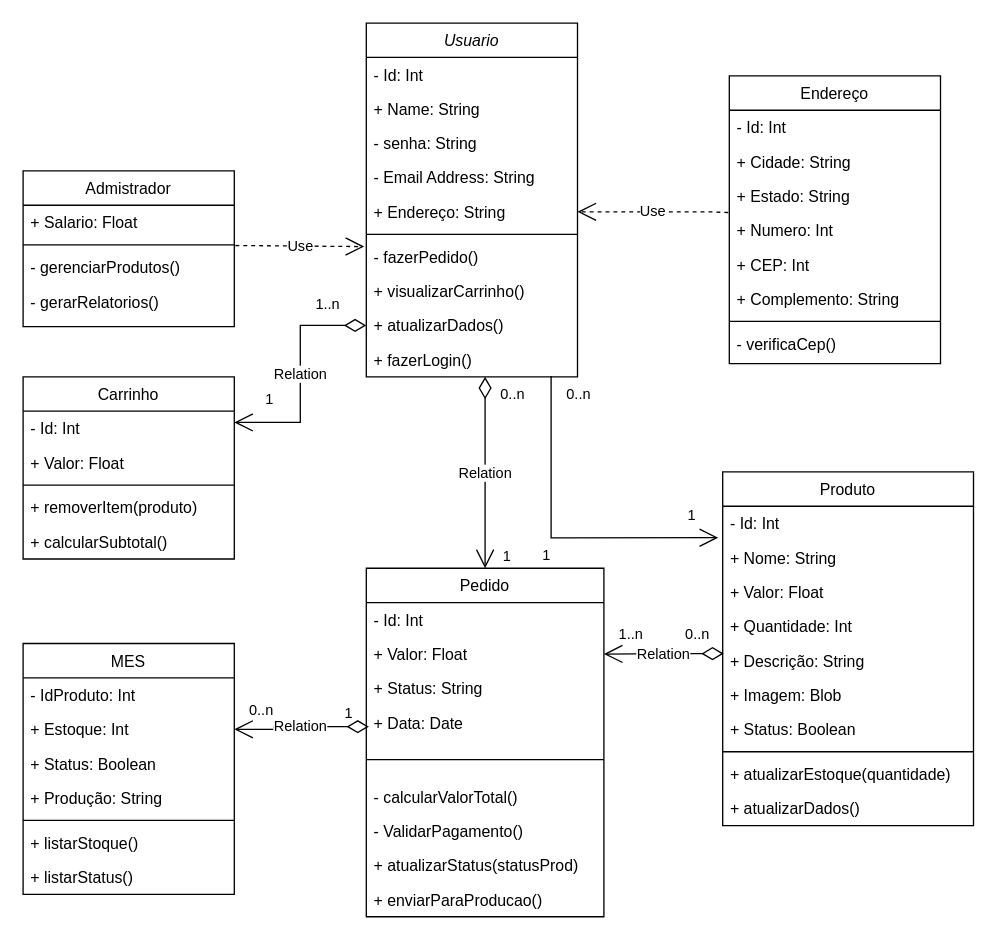
Above: Diagrama de classe.drawio in Akil23-alt/Diagrama-de-classe (draw.io), before the change. Source tidied: cells renumbered, new cells numbered last; positions are measured from the earlier drawing's top-left corner, leaving out a move shared by most shapes. Both pictures are drawn from the tidied source at 132%, with x=0, y=0 at pixel (22, 22).
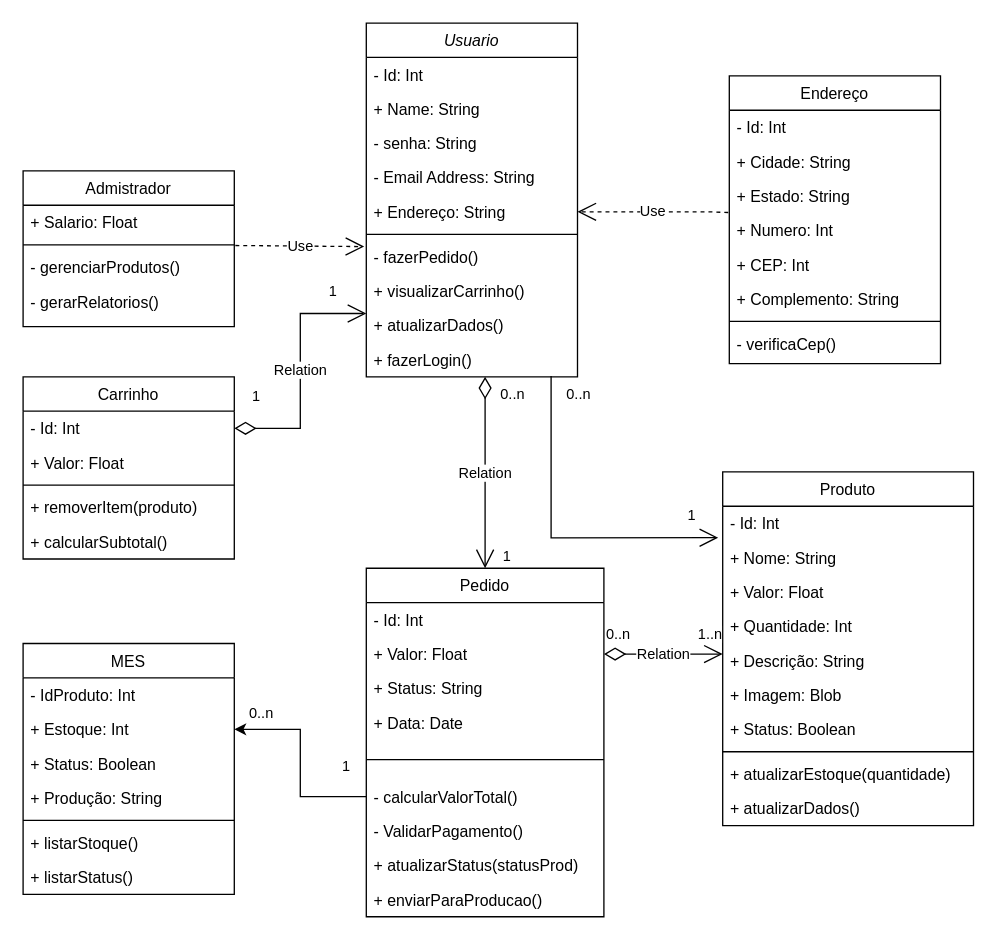
The same diagram, later.

The change refers to these unchanged cells:
```xml
<mxCell id="11" value="+ atualizarDados()" style="text;align=left;verticalAlign=top;spacingLeft=4;spacingRight=4;overflow=hidden;points=[[0,0.5],[1,0.5]];portConstraint=eastwest;" parent="2" vertex="1">
  <mxGeometry y="216" width="160" height="26" as="geometry" />
</mxCell>
<mxCell id="32" value="+ Descrição: String" style="text;align=left;verticalAlign=top;spacingLeft=4;spacingRight=4;overflow=hidden;points=[[0,0.5],[1,0.5]];portConstraint=eastwest;rounded=0;shadow=0;html=0;" parent="27" vertex="1">
  <mxGeometry y="130" width="190" height="26" as="geometry" />
</mxCell>
<mxCell id="38" value="Carrinho" style="swimlane;fontStyle=0;align=center;verticalAlign=top;horizontal=1;startSize=26;rounded=0;shadow=0;strokeWidth=1;" parent="1" vertex="1">
  <mxGeometry y="268" width="160" height="138" as="geometry" />
</mxCell>
<mxCell id="39" value="- Id: Int" style="text;align=left;verticalAlign=top;spacingLeft=4;spacingRight=4;overflow=hidden;points=[[0,0.5],[1,0.5]];portConstraint=eastwest;rounded=0;shadow=0;html=0;" parent="38" vertex="1">
  <mxGeometry y="26" width="160" height="26" as="geometry" />
</mxCell>
<mxCell id="46" value="+ Estoque: Int" style="text;align=left;verticalAlign=top;spacingLeft=4;spacingRight=4;overflow=hidden;points=[[0,0.5],[1,0.5]];portConstraint=eastwest;rounded=0;shadow=0;html=0;" parent="44" vertex="1">
  <mxGeometry y="52" width="160" height="26" as="geometry" />
</mxCell>
<mxCell id="54" value="+ Valor: Float" style="text;align=left;verticalAlign=top;spacingLeft=4;spacingRight=4;overflow=hidden;points=[[0,0.5],[1,0.5]];portConstraint=eastwest;rounded=0;shadow=0;html=0;" parent="52" vertex="1">
  <mxGeometry y="52" width="180" height="26" as="geometry" />
</mxCell>
<mxCell id="58" value="- calcularValorTotal()" style="text;align=left;verticalAlign=top;spacingLeft=4;spacingRight=4;overflow=hidden;points=[[0,0.5],[1,0.5]];portConstraint=eastwest;rounded=0;shadow=0;html=0;" parent="52" vertex="1">
  <mxGeometry y="160" width="180" height="26" as="geometry" />
</mxCell>
```

Diff of the diagram source:
```diff
@@
-    <mxCell id="65" value="Relation" style="endArrow=open;html=1;endSize=12;startArrow=diamondThin;startSize=14;startFill=0;edgeStyle=orthogonalEdgeStyle;rounded=0;entryX=1;entryY=0.25;entryDx=0;entryDy=0;exitX=0;exitY=0.5;exitDx=0;exitDy=0;" parent="1" edge="1" source="11" target="38">
+    <mxCell id="65" value="Relation" style="endArrow=open;html=1;endSize=12;startArrow=diamondThin;startSize=14;startFill=0;edgeStyle=orthogonalEdgeStyle;rounded=0;entryX=0;entryY=0.154;entryDx=0;entryDy=0;entryPerimeter=0;exitX=1;exitY=0.5;exitDx=0;exitDy=0;" parent="1" edge="1" source="39" target="11">
       <mxGeometry relative="1" as="geometry" />
     </mxCell>
-    <mxCell id="66" value="1..n" style="edgeLabel;html=1;align=left;verticalAlign=top;" parent="65" vertex="1">
+    <mxCell id="66" value="1" style="edgeLabel;html=1;align=left;verticalAlign=top;" parent="65" vertex="1">
       <mxGeometry x="-1" relative="1" as="geometry">
-        <mxPoint x="-40" y="-29" as="offset" />
+        <mxPoint x="70" y="-117" as="offset" />
       </mxGeometry>
     </mxCell>
     <mxCell id="67" value="1" style="edgeLabel;html=1;align=right;verticalAlign=top;" parent="65" vertex="1">
       <mxGeometry x="1" relative="1" as="geometry">
-        <mxPoint x="30" y="-31" as="offset" />
+        <mxPoint x="-80" y="50" as="offset" />
       </mxGeometry>
     </mxCell>
@@
-    <mxCell id="70" value="Relation" style="endArrow=open;html=1;endSize=12;startArrow=diamondThin;startSize=14;startFill=0;edgeStyle=orthogonalEdgeStyle;rounded=0;entryX=1;entryY=0.5;entryDx=0;entryDy=0;" parent="1" edge="1" target="46">
-      <mxGeometry relative="1" as="geometry">
-        <mxPoint x="262" y="533" as="sourcePoint" />
-        <Array as="points">
-          <mxPoint x="262" y="533" />
-          <mxPoint x="190" y="533" />
-          <mxPoint x="190" y="535" />
-        </Array>
-      </mxGeometry>
-    </mxCell>
-    <mxCell id="71" value="1" style="edgeLabel;html=1;align=left;verticalAlign=top;" parent="70" vertex="1">
-      <mxGeometry x="-1" relative="1" as="geometry">
-        <mxPoint x="-20" y="-23" as="offset" />
-      </mxGeometry>
-    </mxCell>
-    <mxCell id="72" value="0..n" style="edgeLabel;html=1;align=right;verticalAlign=top;" parent="70" vertex="1">
-      <mxGeometry x="1" relative="1" as="geometry">
-        <mxPoint x="30" y="-27" as="offset" />
-      </mxGeometry>
-    </mxCell>
-    <mxCell id="73" value="Relation" style="endArrow=open;html=1;endSize=12;startArrow=diamondThin;startSize=14;startFill=0;edgeStyle=orthogonalEdgeStyle;rounded=0;entryX=1;entryY=0.5;entryDx=0;entryDy=0;exitX=0.004;exitY=0.295;exitDx=0;exitDy=0;exitPerimeter=0;" parent="1" edge="1" source="32" target="54">
+    <mxCell id="73" value="Relation" style="endArrow=open;html=1;endSize=12;startArrow=diamondThin;startSize=14;startFill=0;edgeStyle=orthogonalEdgeStyle;rounded=0;exitX=1;exitY=0.5;exitDx=0;exitDy=0;entryX=0;entryY=0.308;entryDx=0;entryDy=0;entryPerimeter=0;" parent="1" edge="1" source="54" target="32">
       <mxGeometry relative="1" as="geometry" />
     </mxCell>
     <mxCell id="74" value="0..n" style="edgeLabel;html=1;align=left;verticalAlign=top;" parent="73" vertex="1">
       <mxGeometry x="-1" relative="1" as="geometry">
-        <mxPoint x="-31" y="-28" as="offset" />
+        <mxPoint y="-28" as="offset" />
       </mxGeometry>
     </mxCell>
     <mxCell id="75" value="&lt;span style=&quot;text-align: left;&quot;&gt;1..n&lt;/span&gt;" style="edgeLabel;html=1;align=right;verticalAlign=top;" parent="73" vertex="1">
       <mxGeometry x="1" relative="1" as="geometry">
-        <mxPoint x="30" y="-28" as="offset" />
+        <mxPoint y="-28" as="offset" />
       </mxGeometry>
     </mxCell>
@@
-    <mxCell id="78" value="1" style="edgeLabel;html=1;align=right;verticalAlign=top;" parent="1" vertex="1">
-      <mxGeometry x="400" y="390" as="geometry" />
-    </mxCell>
@@
+    <mxCell id="72" value="0..n" style="edgeLabel;html=1;align=right;verticalAlign=top;" parent="1" vertex="1">
+      <mxGeometry x="190" y="510" as="geometry" />
+    </mxCell>
+    <mxCell id="71" value="1" style="edgeLabel;html=1;align=left;verticalAlign=top;" parent="1" vertex="1">
+      <mxGeometry x="240" y="550" as="geometry" />
+    </mxCell>
+    <mxCell id="80" style="edgeStyle=orthogonalEdgeStyle;rounded=0;jettySize=auto;html=1;entryX=1;entryY=0.5;entryDx=0;entryDy=0;exitX=0;exitY=0.5;exitDx=0;exitDy=0;" parent="1" edge="1" source="58" target="46">
+      <mxGeometry relative="1" as="geometry" />
+    </mxCell>
```
